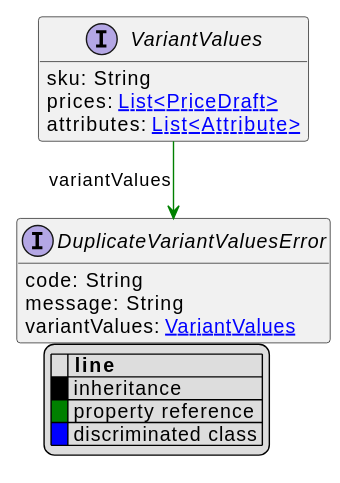
Above: uml/api/svg/VariantValues.svg in commercetools/commercetools-api-reference (PlantUML), before the change.
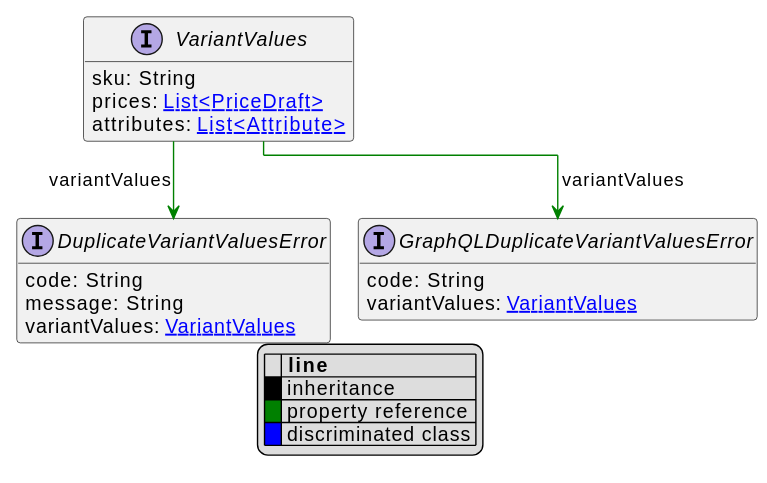
After the change.

Change to the diagram source:
```diff
@@ -21,6 +21,11 @@
     message: String
     variantValues: [[VariantValues.svg VariantValues]]
 }
+interface GraphQLDuplicateVariantValuesError [[GraphQLDuplicateVariantValuesError.svg]]  {
+    code: String
+    variantValues: [[VariantValues.svg VariantValues]]
+}
 
 VariantValues --> DuplicateVariantValuesError #green;text:green : "variantValues"
+VariantValues --> GraphQLDuplicateVariantValuesError #green;text:green : "variantValues"
 @enduml
```
